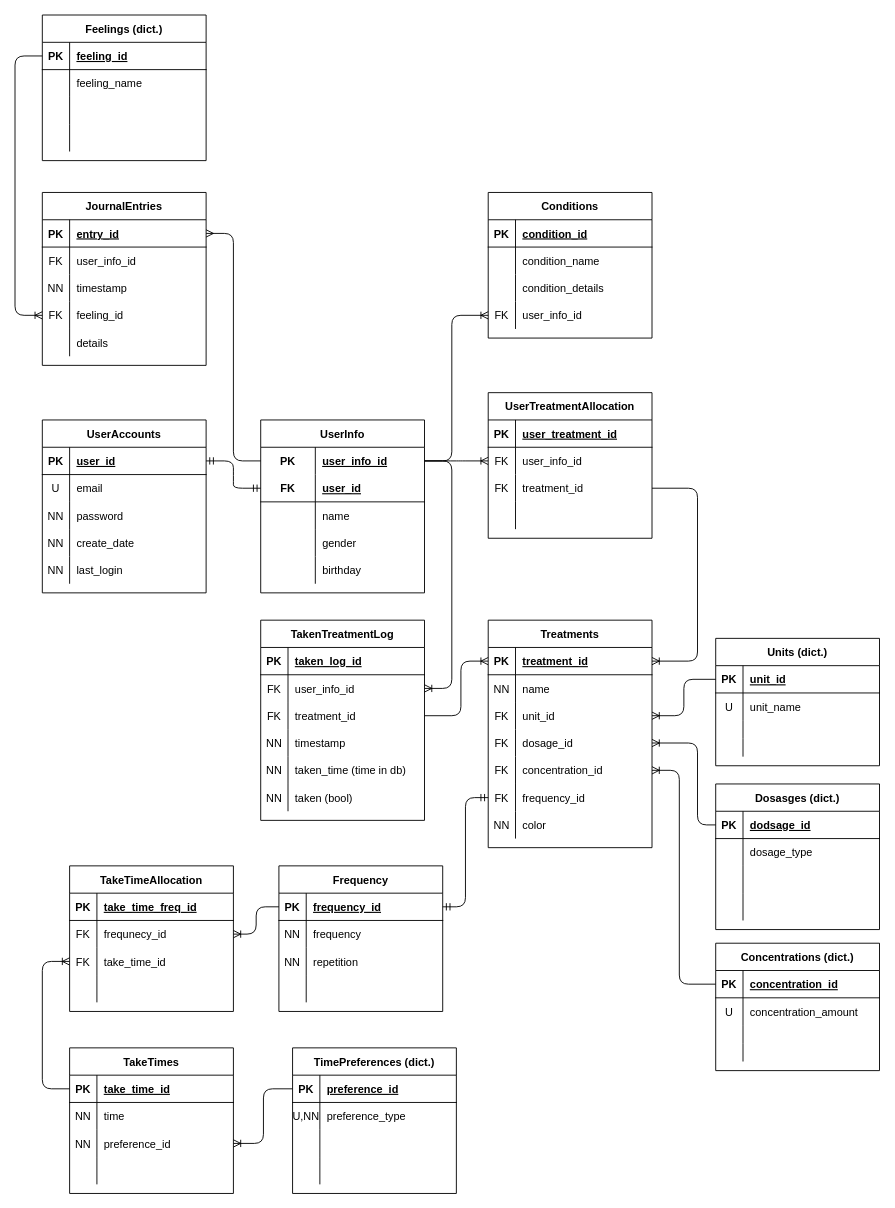
This is db_diagram.drawio from Medi-medication-reminder-app/medi-database, a draw.io file, before an edit. Source tidied: cells renumbered, new cells numbered last; positions are measured from the earlier drawing's top-left corner, leaving out a move shared by most shapes. Both pictures are drawn from the tidied source at 91%, with x=0, y=0 at pixel (15, 15).
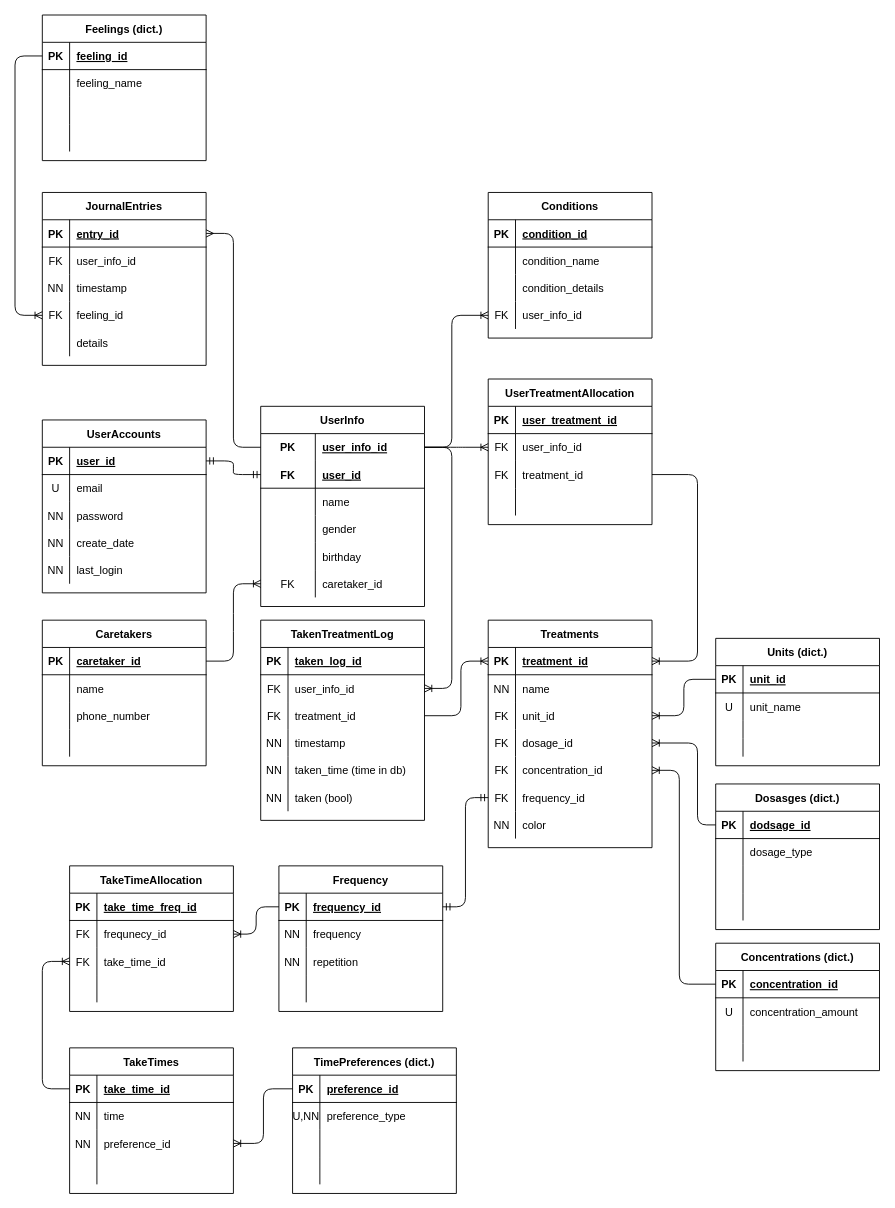
The same page after the edit.

Commit message (it also covers changes not shown here):
update database w/ caretakers & lowercase tables

The edit, as a diff of the source:
```diff
@@
     <mxCell id="18" value="UserInfo" style="shape=table;startSize=30;childLayout=tableLayout;rowLines=0;fontStyle=1;align=center;" parent="1" vertex="1">
-      <mxGeometry x="270" y="445" width="180" height="190" as="geometry" />
+      <mxGeometry x="270" y="430" width="180" height="220" as="geometry" />
     </mxCell>
@@
+    <mxCell id="236" style="shape=partialRectangle;fillColor=none;top=0;left=0;bottom=0;right=0;points=[[0,0.5],[1,0.5]];portConstraint=eastwest;" parent="18" vertex="1">
+      <mxGeometry y="180" width="180" height="30" as="geometry" />
+    </mxCell>
+    <mxCell id="237" value="FK" style="shape=partialRectangle;fillColor=none;top=0;left=0;bottom=0;right=0;overflow=hidden;" parent="236" vertex="1">
+      <mxGeometry width="60" height="30" as="geometry" />
+    </mxCell>
+    <mxCell id="238" value="caretaker_id" style="shape=partialRectangle;fillColor=none;top=0;left=0;bottom=0;right=0;align=left;spacingLeft=6;overflow=hidden;" parent="236" vertex="1">
+      <mxGeometry x="60" width="120" height="30" as="geometry" />
+    </mxCell>
@@
     <mxCell id="86" value="UserTreatmentAllocation" style="shape=table;startSize=30;childLayout=tableLayout;rowLines=0;fontStyle=1;align=center;" parent="1" vertex="1">
-      <mxGeometry x="520" y="415" width="180" height="160" as="geometry" />
+      <mxGeometry x="520" y="400" width="180" height="160" as="geometry" />
     </mxCell>
@@
+    <mxCell id="239" value="Caretakers" style="shape=table;startSize=30;childLayout=tableLayout;rowLines=0;fontStyle=1;align=center;" parent="1" vertex="1">
+      <mxGeometry x="30" y="665" width="180" height="160" as="geometry" />
+    </mxCell>
+    <mxCell id="240" style="shape=partialRectangle;fillColor=none;top=0;left=0;bottom=1;right=0;points=[[0,0.5],[1,0.5]];portConstraint=eastwest;" parent="239" vertex="1">
+      <mxGeometry y="30" width="180" height="30" as="geometry" />
+    </mxCell>
+    <mxCell id="241" value="PK" style="shape=partialRectangle;fillColor=none;top=0;left=0;bottom=0;right=0;fontStyle=1;overflow=hidden;" parent="240" vertex="1">
+      <mxGeometry width="30" height="30" as="geometry" />
+    </mxCell>
+    <mxCell id="242" value="caretaker_id" style="shape=partialRectangle;fillColor=none;top=0;left=0;bottom=0;right=0;align=left;spacingLeft=6;fontStyle=5;overflow=hidden;" parent="240" vertex="1">
+      <mxGeometry x="30" width="150" height="30" as="geometry" />
+    </mxCell>
+    <mxCell id="243" style="shape=partialRectangle;fillColor=none;top=0;left=0;bottom=0;right=0;" parent="239" vertex="1">
+      <mxGeometry y="60" width="180" height="30" as="geometry" />
+    </mxCell>
+    <mxCell id="244" style="shape=partialRectangle;fillColor=none;top=0;left=0;bottom=0;right=0;overflow=hidden;" parent="243" vertex="1">
+      <mxGeometry width="30" height="30" as="geometry" />
+    </mxCell>
+    <mxCell id="245" value="name" style="shape=partialRectangle;fillColor=none;top=0;left=0;bottom=0;right=0;align=left;spacingLeft=6;overflow=hidden;" parent="243" vertex="1">
+      <mxGeometry x="30" width="150" height="30" as="geometry" />
+    </mxCell>
+    <mxCell id="246" style="shape=partialRectangle;fillColor=none;top=0;left=0;bottom=0;right=0;" parent="239" vertex="1">
+      <mxGeometry y="90" width="180" height="30" as="geometry" />
+    </mxCell>
+    <mxCell id="247" style="shape=partialRectangle;fillColor=none;top=0;left=0;bottom=0;right=0;overflow=hidden;" parent="246" vertex="1">
+      <mxGeometry width="30" height="30" as="geometry" />
+    </mxCell>
+    <mxCell id="248" style="shape=partialRectangle;fillColor=none;top=0;left=0;bottom=0;right=0;align=left;spacingLeft=6;overflow=hidden;" parent="246" vertex="1">
+      <mxGeometry x="30" width="150" height="30" as="geometry" />
+    </mxCell>
+    <mxCell id="249" style="shape=partialRectangle;fillColor=none;top=0;left=0;bottom=0;right=0;" parent="239" vertex="1">
+      <mxGeometry y="120" width="180" height="30" as="geometry" />
+    </mxCell>
+    <mxCell id="250" style="shape=partialRectangle;fillColor=none;top=0;left=0;bottom=0;right=0;overflow=hidden;" parent="249" vertex="1">
+      <mxGeometry width="30" height="30" as="geometry" />
+    </mxCell>
+    <mxCell id="251" style="shape=partialRectangle;fillColor=none;top=0;left=0;bottom=0;right=0;align=left;spacingLeft=6;overflow=hidden;" parent="249" vertex="1">
+      <mxGeometry x="30" width="150" height="30" as="geometry" />
+    </mxCell>
+    <mxCell id="252" value="phone_number" style="shape=partialRectangle;fillColor=none;top=0;left=0;bottom=0;right=0;align=left;spacingLeft=6;overflow=hidden;" parent="1" vertex="1">
+      <mxGeometry x="60" y="755" width="150" height="30" as="geometry" />
+    </mxCell>
+    <mxCell id="253" style="edgeStyle=entityRelationEdgeStyle;fontSize=12;html=1;endArrow=ERoneToMany;entryX=0;entryY=0.5;entryDx=0;entryDy=0;exitX=1;exitY=0.5;exitDx=0;exitDy=0;" parent="1" edge="1" source="240" target="236">
+      <mxGeometry relative="1" as="geometry" />
+    </mxCell>
```
